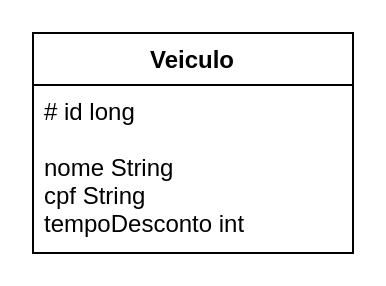
This is Diagrama sem nome.drawio from gabrielruizmb/estacionamento-api, a draw.io file, before an edit. Source tidied: cells renumbered, new cells numbered last; positions are measured from the earlier drawing's top-left corner, leaving out a move shared by most shapes. Both pictures are drawn from the tidied source at 200%, with x=0, y=0 at pixel (32, 32).
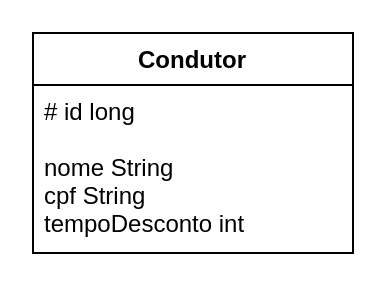
After the change.

Diff of the diagram source:
```diff
@@
 <mxGraphModel>
   <root>
     <mxCell id="0" />
     <mxCell id="1" parent="0" />
-    <mxCell id="2" value="Veiculo" style="swimlane;fontStyle=1;align=center;verticalAlign=top;horizontal=1;startSize=26;" parent="1" vertex="1">
+    <mxCell id="2" value="Condutor&#10;" style="swimlane;fontStyle=1;align=center;verticalAlign=top;horizontal=1;startSize=26;" parent="1" vertex="1">
       <mxGeometry width="160" height="110" as="geometry" />
     </mxCell>
     <mxCell id="3" value="# id long&#10;&#10;nome String&#10;cpf String&#10;tempoDesconto int" style="text;strokeColor=none;fillColor=none;align=left;verticalAlign=top;spacingLeft=4;spacingRight=4;overflow=hidden;" parent="2" vertex="1">
       <mxGeometry y="26" width="160" height="84" as="geometry" />
     </mxCell>
   </root>
 </mxGraphModel>
```
